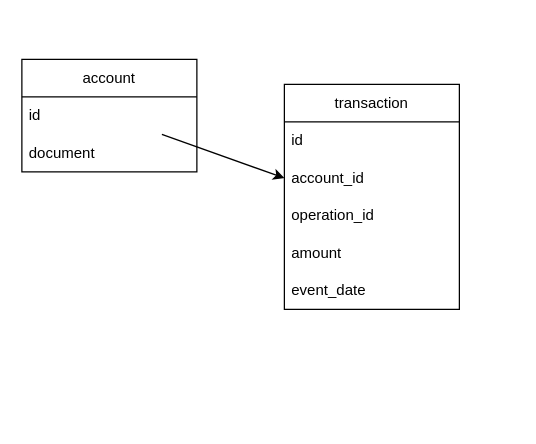
Before: docs/model/BankApiModelling.drawio in LulianoM/bank-api, a draw.io diagram. Source tidied: cells renumbered, new cells numbered last; positions are measured from the earlier drawing's top-left corner, leaving out a move shared by most shapes. Both pictures are drawn from the tidied source at 125%, with x=0, y=0 at pixel (21, 59).
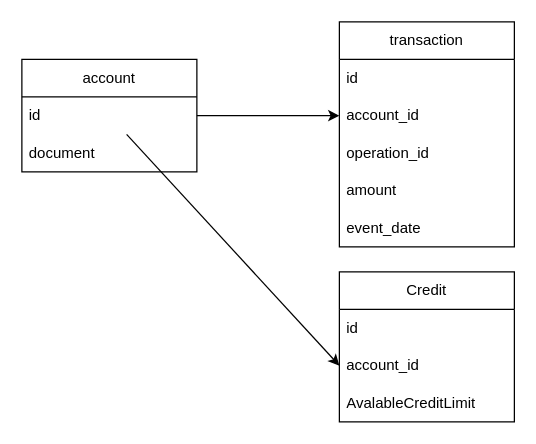
Above is the later version.

Commit message (it also covers changes not shown here):
feat: new model credit avalable

The edit, as a diff of the source:
```diff
@@
 <mxGraphModel>
   <root>
     <mxCell id="0" />
     <mxCell id="1" parent="0" />
     <mxCell id="2" value="account" style="swimlane;fontStyle=0;horizontal=1;startSize=30;whiteSpace=wrap;html=1;" parent="1" vertex="1">
       <mxGeometry width="140" height="90" as="geometry" />
     </mxCell>
     <mxCell id="3" value="id" style="text;strokeColor=none;fillColor=none;align=left;verticalAlign=middle;spacingLeft=4;spacingRight=4;overflow=hidden;points=[[0,0.5],[1,0.5]];portConstraint=eastwest;whiteSpace=wrap;html=1;" parent="2" vertex="1">
       <mxGeometry y="30" width="140" height="30" as="geometry" />
     </mxCell>
     <mxCell id="4" value="document" style="text;strokeColor=none;fillColor=none;align=left;verticalAlign=middle;spacingLeft=4;spacingRight=4;overflow=hidden;whiteSpace=wrap;html=1;" parent="2" vertex="1">
       <mxGeometry y="60" width="140" height="30" as="geometry" />
     </mxCell>
     <mxCell id="5" value="transaction" style="swimlane;fontStyle=0;horizontal=1;startSize=30;whiteSpace=wrap;html=1;" parent="1" vertex="1">
-      <mxGeometry x="210" y="20" width="140" height="180" as="geometry" />
+      <mxGeometry x="254" y="-30" width="140" height="180" as="geometry" />
     </mxCell>
     <mxCell id="6" value="id" style="text;strokeColor=none;fillColor=none;align=left;verticalAlign=middle;spacingLeft=4;spacingRight=4;overflow=hidden;whiteSpace=wrap;html=1;" parent="5" vertex="1">
       <mxGeometry y="30" width="140" height="30" as="geometry" />
     </mxCell>
     <mxCell id="7" value="account_id" style="text;strokeColor=none;fillColor=none;align=left;verticalAlign=middle;spacingLeft=4;spacingRight=4;overflow=hidden;points=[[0,0.5],[1,0.5]];portConstraint=eastwest;whiteSpace=wrap;html=1;" parent="5" vertex="1">
       <mxGeometry y="60" width="140" height="30" as="geometry" />
     </mxCell>
     <mxCell id="8" value="operation_id" style="text;strokeColor=none;fillColor=none;align=left;verticalAlign=middle;spacingLeft=4;spacingRight=4;overflow=hidden;whiteSpace=wrap;html=1;" parent="5" vertex="1">
       <mxGeometry y="90" width="140" height="30" as="geometry" />
     </mxCell>
     <mxCell id="9" value="amount" style="text;strokeColor=none;fillColor=none;align=left;verticalAlign=middle;spacingLeft=4;spacingRight=4;overflow=hidden;whiteSpace=wrap;html=1;" parent="5" vertex="1">
       <mxGeometry y="120" width="140" height="30" as="geometry" />
     </mxCell>
     <mxCell id="10" value="event_date" style="text;strokeColor=none;fillColor=none;align=left;verticalAlign=middle;spacingLeft=4;spacingRight=4;overflow=hidden;whiteSpace=wrap;html=1;" parent="5" vertex="1">
       <mxGeometry y="150" width="140" height="30" as="geometry" />
     </mxCell>
     <mxCell id="11" style="edgeStyle=none;html=1;entryX=0;entryY=0.5;entryDx=0;entryDy=0;" parent="1" edge="1" source="3" target="7">
       <mxGeometry relative="1" as="geometry" />
     </mxCell>
+    <mxCell id="12" value="Credit" style="swimlane;fontStyle=0;horizontal=1;startSize=30;whiteSpace=wrap;html=1;" parent="1" vertex="1">
+      <mxGeometry x="254" y="170" width="140" height="120" as="geometry" />
+    </mxCell>
+    <mxCell id="13" value="id" style="text;strokeColor=none;fillColor=none;align=left;verticalAlign=middle;spacingLeft=4;spacingRight=4;overflow=hidden;whiteSpace=wrap;html=1;" parent="12" vertex="1">
+      <mxGeometry y="30" width="140" height="30" as="geometry" />
+    </mxCell>
+    <mxCell id="14" value="account_id" style="text;strokeColor=none;fillColor=none;align=left;verticalAlign=middle;spacingLeft=4;spacingRight=4;overflow=hidden;points=[[0,0.5],[1,0.5]];portConstraint=eastwest;whiteSpace=wrap;html=1;" parent="12" vertex="1">
+      <mxGeometry y="60" width="140" height="30" as="geometry" />
+    </mxCell>
+    <mxCell id="15" value="AvalableCreditLimit" style="text;strokeColor=none;fillColor=none;align=left;verticalAlign=middle;spacingLeft=4;spacingRight=4;overflow=hidden;whiteSpace=wrap;html=1;" parent="12" vertex="1">
+      <mxGeometry y="90" width="140" height="30" as="geometry" />
+    </mxCell>
+    <mxCell id="16" style="edgeStyle=none;html=1;entryX=0;entryY=0.5;entryDx=0;entryDy=0;" parent="1" edge="1" source="3" target="14">
+      <mxGeometry relative="1" as="geometry" />
+    </mxCell>
   </root>
 </mxGraphModel>
```
